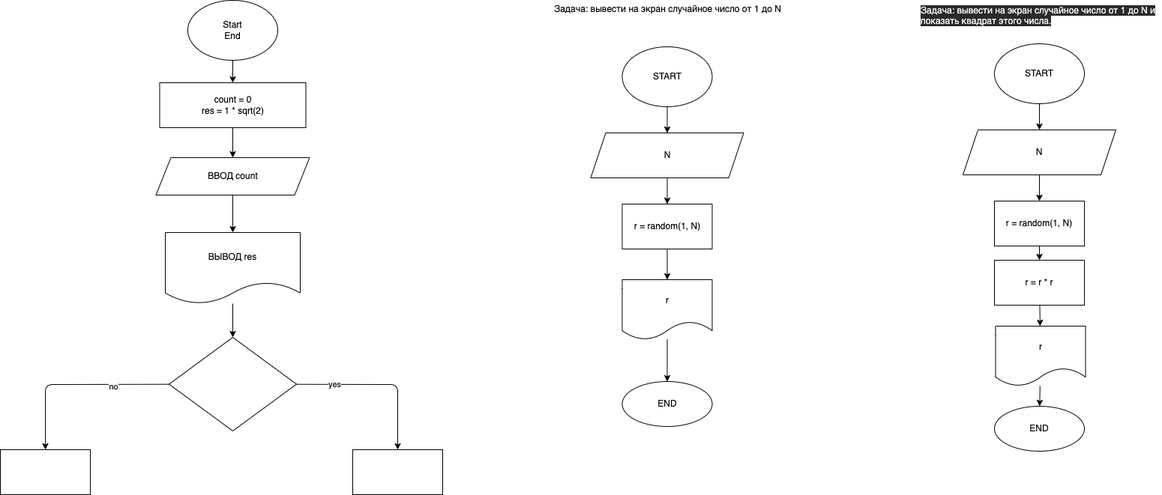
retedominus/practice_ex000 keeps this draw.io diagram as ex000.drawio.png. Above is the earlier version. Source tidied: cells renumbered, new cells last; positions are measured from the earlier drawing's top-left corner, leaving out a move shared by most shapes.
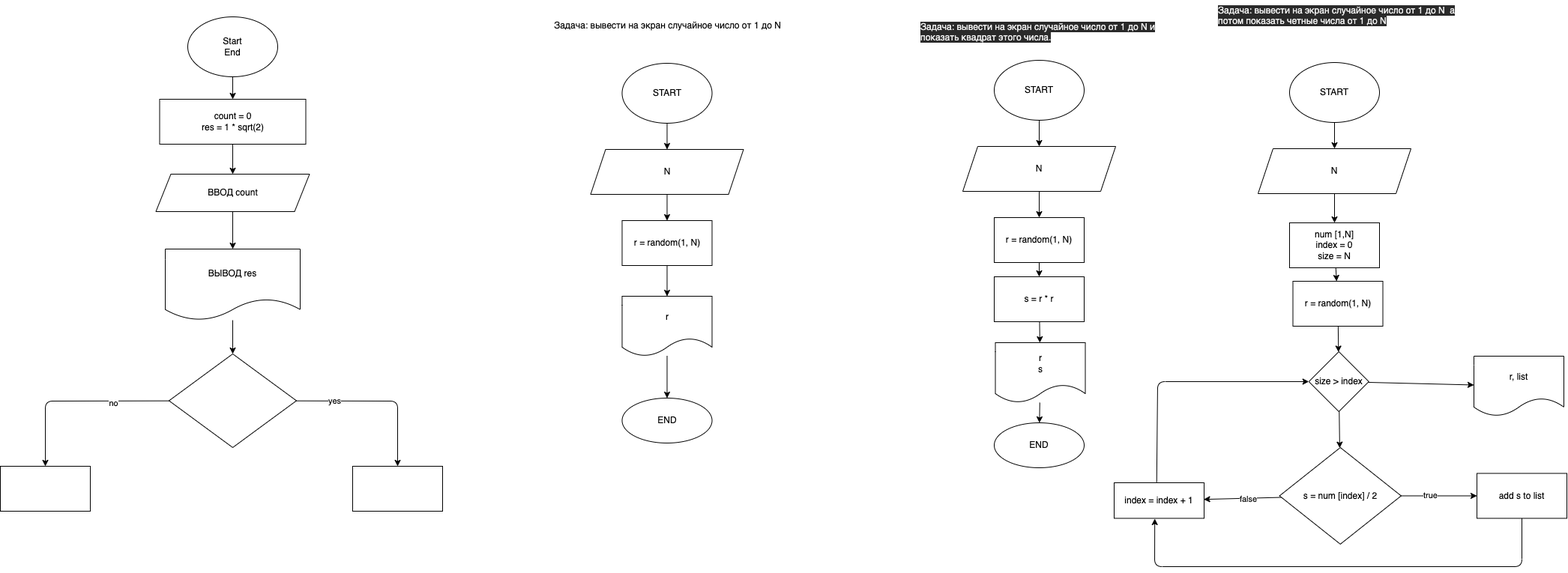
After the change.

Commit message:
Добавил задачу с четными

Change to the diagram source:
```diff
@@ -109,7 +109,7 @@
     <mxCell id="34" style="edgeStyle=none;html=1;" parent="1" edge="1" source="35" target="36">
       <mxGeometry relative="1" as="geometry" />
     </mxCell>
-    <mxCell id="35" value="r" style="shape=document;whiteSpace=wrap;html=1;boundedLbl=1;" parent="1" vertex="1">
+    <mxCell id="35" value="r&lt;br&gt;s" style="shape=document;whiteSpace=wrap;html=1;boundedLbl=1;" parent="1" vertex="1">
       <mxGeometry x="1327.5" y="435" width="120" height="80" as="geometry" />
     </mxCell>
     <mxCell id="36" value="END" style="ellipse;whiteSpace=wrap;html=1;" parent="1" vertex="1">
@@ -118,8 +118,86 @@
     <mxCell id="37" style="edgeStyle=none;html=1;" parent="1" edge="1" source="38" target="35">
       <mxGeometry relative="1" as="geometry" />
     </mxCell>
-    <mxCell id="38" value="r = r * r" style="whiteSpace=wrap;html=1;" parent="1" vertex="1">
+    <mxCell id="38" value="s = r * r" style="whiteSpace=wrap;html=1;" parent="1" vertex="1">
       <mxGeometry x="1326" y="347" width="120" height="60" as="geometry" />
     </mxCell>
+    <mxCell id="39" value="&lt;span style=&quot;color: rgb(240 , 240 , 240) ; font-family: &amp;#34;helvetica&amp;#34; ; font-size: 12px ; font-style: normal ; font-weight: 400 ; letter-spacing: normal ; text-align: center ; text-indent: 0px ; text-transform: none ; word-spacing: 0px ; background-color: rgb(42 , 42 , 42) ; display: inline ; float: none&quot;&gt;Задача: вывести на экран случайное число от 1 до N&amp;nbsp; а потом показать четные числа от 1 до N&lt;br&gt;&lt;br&gt;&lt;/span&gt;" style="text;whiteSpace=wrap;html=1;" parent="1" vertex="1">
+      <mxGeometry x="1623" y="-22" width="323" height="37" as="geometry" />
+    </mxCell>
+    <mxCell id="40" style="edgeStyle=none;html=1;" parent="1" edge="1" source="41" target="43">
+      <mxGeometry relative="1" as="geometry" />
+    </mxCell>
+    <mxCell id="41" value="START" style="ellipse;whiteSpace=wrap;html=1;" parent="1" vertex="1">
+      <mxGeometry x="1720" y="61" width="120" height="80" as="geometry" />
+    </mxCell>
+    <mxCell id="42" style="edgeStyle=none;html=1;" parent="1" edge="1" source="43" target="47">
+      <mxGeometry relative="1" as="geometry" />
+    </mxCell>
+    <mxCell id="43" value="N" style="shape=parallelogram;perimeter=parallelogramPerimeter;whiteSpace=wrap;html=1;fixedSize=1;" parent="1" vertex="1">
+      <mxGeometry x="1678" y="176" width="204" height="60" as="geometry" />
+    </mxCell>
+    <mxCell id="44" style="edgeStyle=none;html=1;" parent="1" edge="1" source="45" target="59">
+      <mxGeometry relative="1" as="geometry" />
+    </mxCell>
+    <mxCell id="45" value="r = random(1, N)&lt;br&gt;" style="whiteSpace=wrap;html=1;" parent="1" vertex="1">
+      <mxGeometry x="1724.5" y="353" width="120" height="60" as="geometry" />
+    </mxCell>
+    <mxCell id="46" style="edgeStyle=none;html=1;" parent="1" edge="1" source="47" target="45">
+      <mxGeometry relative="1" as="geometry" />
+    </mxCell>
+    <mxCell id="47" value="num [1,N]&lt;br&gt;index = 0&lt;br&gt;size = N" style="whiteSpace=wrap;html=1;" parent="1" vertex="1">
+      <mxGeometry x="1720" y="275" width="120" height="60" as="geometry" />
+    </mxCell>
+    <mxCell id="48" style="edgeStyle=none;html=1;" parent="1" edge="1" source="52">
+      <mxGeometry relative="1" as="geometry">
+        <mxPoint x="1605.5" y="644.2" as="targetPoint" />
+      </mxGeometry>
+    </mxCell>
+    <mxCell id="49" value="false" style="edgeLabel;html=1;align=center;verticalAlign=middle;" parent="48" vertex="1">
+      <mxGeometry x="-0.13" y="1" relative="1" as="geometry" />
+    </mxCell>
+    <mxCell id="50" style="edgeStyle=none;html=1;" parent="1" edge="1" source="52" target="56">
+      <mxGeometry relative="1" as="geometry" />
+    </mxCell>
+    <mxCell id="51" value="true" style="edgeLabel;html=1;align=center;verticalAlign=middle;" parent="50" vertex="1">
+      <mxGeometry x="-0.22" y="1" relative="1" as="geometry" />
+    </mxCell>
+    <mxCell id="52" value="s = num [index] / 2" style="rhombus;whiteSpace=wrap;html=1;" parent="1" vertex="1">
+      <mxGeometry x="1706.6" y="575" width="162.2" height="129" as="geometry" />
+    </mxCell>
+    <mxCell id="53" style="edgeStyle=none;html=1;exitX=0.473;exitY=-0.018;exitDx=0;exitDy=0;entryX=0;entryY=0.5;entryDx=0;entryDy=0;exitPerimeter=0;" parent="1" edge="1" source="54" target="59">
+      <mxGeometry relative="1" as="geometry">
+        <Array as="points">
+          <mxPoint x="1544" y="487" />
+        </Array>
+      </mxGeometry>
+    </mxCell>
+    <mxCell id="54" value="index = index + 1" style="whiteSpace=wrap;html=1;" parent="1" vertex="1">
+      <mxGeometry x="1486" y="622" width="120" height="47.5" as="geometry" />
+    </mxCell>
+    <mxCell id="55" style="edgeStyle=none;html=1;exitX=0.5;exitY=1;exitDx=0;exitDy=0;" parent="1" edge="1" source="56">
+      <mxGeometry relative="1" as="geometry">
+        <mxPoint x="1540.2" y="670" as="targetPoint" />
+        <Array as="points">
+          <mxPoint x="2030" y="734" />
+          <mxPoint x="1540" y="734" />
+        </Array>
+      </mxGeometry>
+    </mxCell>
+    <mxCell id="56" value="add s to list" style="whiteSpace=wrap;html=1;" parent="1" vertex="1">
+      <mxGeometry x="1970" y="609.5" width="120" height="60" as="geometry" />
+    </mxCell>
+    <mxCell id="57" style="edgeStyle=none;html=1;" parent="1" edge="1" source="59" target="60">
+      <mxGeometry relative="1" as="geometry" />
+    </mxCell>
+    <mxCell id="58" style="edgeStyle=none;html=1;" parent="1" edge="1" source="59" target="52">
+      <mxGeometry relative="1" as="geometry" />
+    </mxCell>
+    <mxCell id="59" value="size &amp;gt; index" style="rhombus;whiteSpace=wrap;html=1;" parent="1" vertex="1">
+      <mxGeometry x="1745.8" y="447" width="80" height="80" as="geometry" />
+    </mxCell>
+    <mxCell id="60" value="r, list" style="shape=document;whiteSpace=wrap;html=1;boundedLbl=1;" parent="1" vertex="1">
+      <mxGeometry x="1966" y="453" width="120" height="80" as="geometry" />
+    </mxCell>
   </root>
 </mxGraphModel>
```
